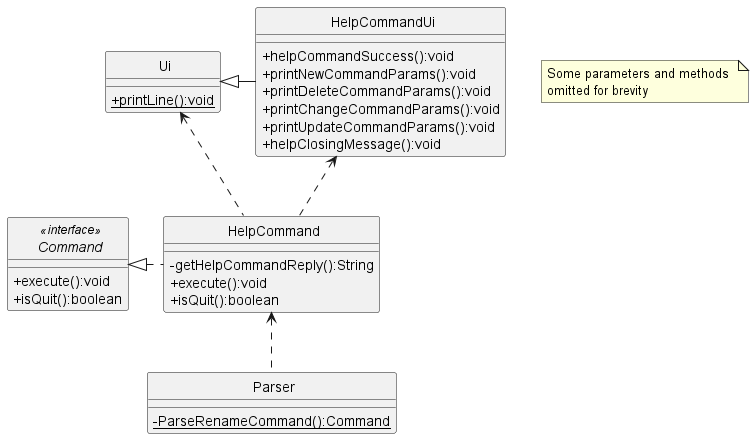
rismm/tp keeps this PlantUML diagram as docs/uml-diagrams/HelpCommandClass.png. Above is the earlier version.
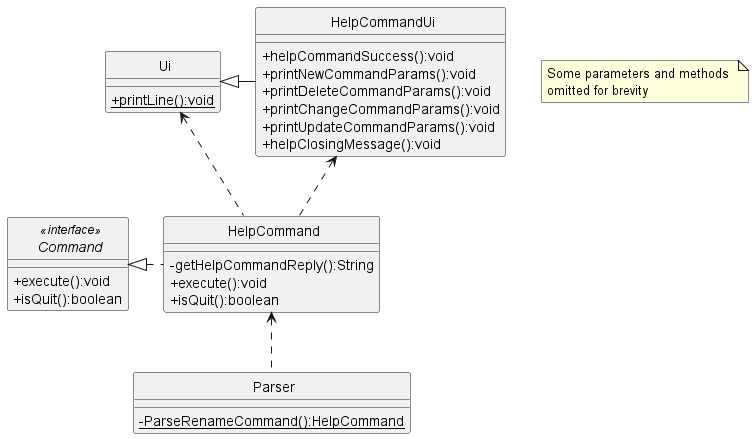
After the commit.

Change to the diagram source:
```diff
@@ -39,7 +39,7 @@
 }
 
 class Parser {
-    {static}-ParseRenameCommand():Command
+    {static}-ParseRenameCommand():HelpCommand
 }
 
 note "Some parameters and methods \nomitted for brevity" as n1
```
